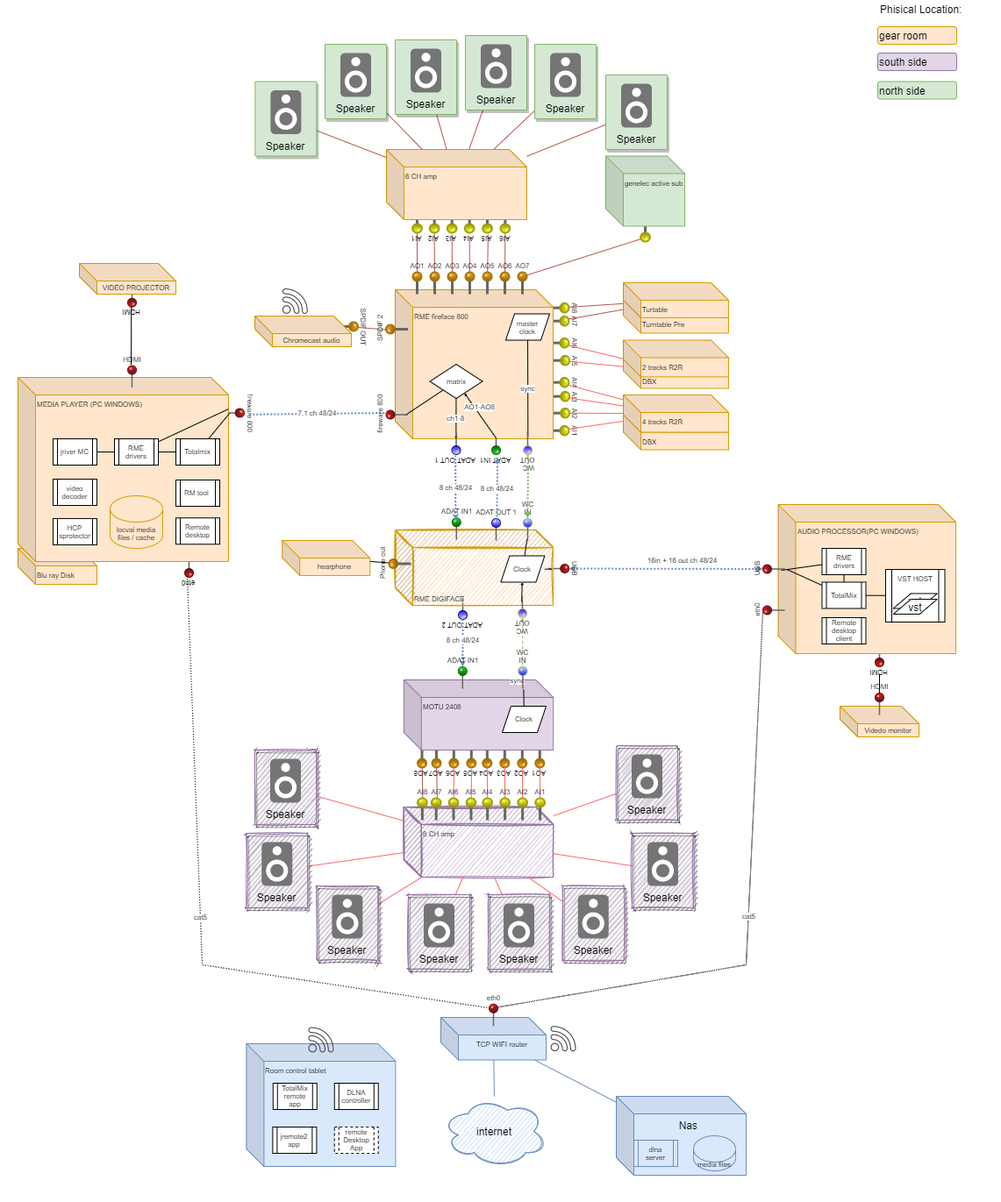
ecow/liroma keeps this draw.io diagram as images/deploy-view.png. Above is the earlier version. Source tidied: cells renumbered, new cells last; positions are measured from the earlier drawing's top-left corner, leaving out a move shared by most shapes.
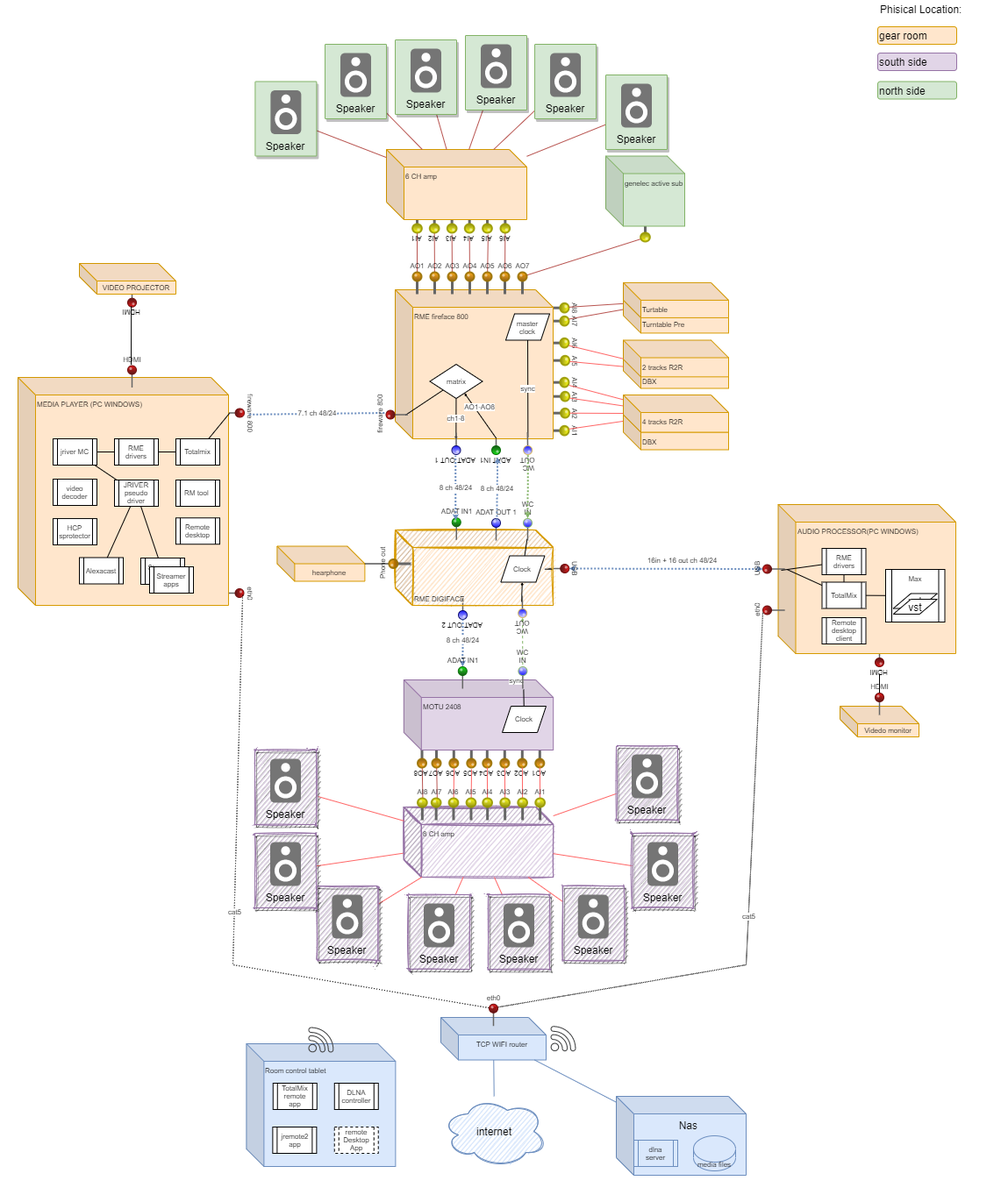
The same diagram one commit later.

What changed in the source:
```diff
@@ -11,9 +11,6 @@
     <mxCell id="4" value="AO8" style="verticalLabelPosition=top;shadow=0;dashed=0;align=center;html=1;verticalAlign=bottom;strokeWidth=1;shape=mxgraph.mockup.misc.pin;fillColor2=#ffa500;fillColor3=#885000;strokeColor=#997000;sketch=0;fontSize=8;rotation=-180;" parent="1" vertex="1">
       <mxGeometry x="475.5" y="850" width="10" height="25" as="geometry" />
     </mxCell>
-    <mxCell id="5" style="edgeStyle=none;rounded=0;sketch=0;jettySize=auto;html=1;entryX=0.4;entryY=0.26;entryDx=0;entryDy=0;entryPerimeter=0;fontSize=12;startArrow=none;startFill=0;endArrow=none;endFill=0;startSize=6;endSize=6;strokeColor=#b85450;strokeWidth=1;fillColor=#f8cecc;" parent="1" edge="1" source="211" target="209">
-      <mxGeometry relative="1" as="geometry" />
-    </mxCell>
     <mxCell id="6" value="HDMI" style="verticalLabelPosition=top;html=1;shadow=0;dashed=0;verticalAlign=bottom;strokeWidth=1;shape=mxgraph.ios.iPin;fillColor2=#dd0000;fillColor3=#440000;strokeColor=#660000;fontSize=8;rotation=-180;" parent="1" vertex="1">
       <mxGeometry x="997" y="735" width="10" height="25" as="geometry" />
     </mxCell>
@@ -41,9 +38,6 @@
     <mxCell id="14" value="fireware 800" style="verticalLabelPosition=top;html=1;shadow=0;dashed=0;verticalAlign=bottom;strokeWidth=1;shape=mxgraph.ios.iPin;fillColor2=#dd0000;fillColor3=#440000;strokeColor=#660000;rotation=90;fontSize=8;" parent="1" vertex="1">
       <mxGeometry x="260" y="457.5" width="10" height="26" as="geometry" />
     </mxCell>
-    <mxCell id="15" value="Blu ray Disk" style="shape=cube;whiteSpace=wrap;html=1;boundedLbl=1;backgroundOutline=1;darkOpacity=0.05;darkOpacity2=0.1;sketch=0;fontSize=8;align=left;verticalAlign=top;fillColor=#ffe6cc;strokeColor=#d79b00;" parent="1" vertex="1">
-      <mxGeometry x="20" y="625" width="90" height="41" as="geometry" />
-    </mxCell>
     <mxCell id="16" value="ADAT OUT 2" style="verticalLabelPosition=top;html=1;shadow=0;dashed=0;verticalAlign=bottom;strokeWidth=1;shape=mxgraph.ios.iPin;fillColor2=#ccccff;fillColor3=#0000ff;strokeColor=#000066;sketch=0;fontSize=8;rotation=-180;" parent="1" vertex="1">
       <mxGeometry x="522" y="681" width="10" height="25" as="geometry" />
     </mxCell>
@@ -86,16 +80,16 @@
     <mxCell id="29" value="AI8" style="verticalLabelPosition=top;shadow=0;dashed=0;align=center;html=1;verticalAlign=bottom;strokeWidth=1;shape=mxgraph.mockup.misc.pin;fillColor2=#ffff00;fillColor3=#888800;strokeColor=#999900;sketch=0;fontSize=8;rotation=-270;" parent="21" vertex="1">
       <mxGeometry x="7.2" y="-7.2" width="10.7" height="25" as="geometry" />
     </mxCell>
-    <mxCell id="30" value="eth0" style="verticalLabelPosition=top;html=1;shadow=0;dashed=0;verticalAlign=bottom;strokeWidth=1;shape=mxgraph.ios.iPin;fillColor2=#dd0000;fillColor3=#440000;strokeColor=#660000;rotation=-180;fontSize=8;" parent="1" vertex="1">
-      <mxGeometry x="210" y="633" width="10" height="25" as="geometry" />
+    <mxCell id="30" value="eth0" style="verticalLabelPosition=top;html=1;shadow=0;dashed=0;verticalAlign=bottom;strokeWidth=1;shape=mxgraph.ios.iPin;fillColor2=#dd0000;fillColor3=#440000;strokeColor=#660000;rotation=90;fontSize=8;" parent="1" vertex="1">
+      <mxGeometry x="260" y="663.5" width="10" height="25" as="geometry" />
     </mxCell>
     <mxCell id="31" value="MEDIA PLAYER (PC WINDOWS)" style="shape=cube;whiteSpace=wrap;html=1;boundedLbl=1;backgroundOutline=1;darkOpacity=0.05;darkOpacity2=0.1;verticalAlign=top;align=left;fontSize=8;fillColor=#ffe6cc;strokeColor=#d79b00;" parent="1" vertex="1">
-      <mxGeometry x="20" y="430" width="240" height="210" as="geometry" />
+      <mxGeometry x="20" y="430" width="240" height="260" as="geometry" />
     </mxCell>
     <mxCell id="32" value="cat5" style="rounded=0;jettySize=auto;html=1;endArrow=none;endFill=0;exitX=0.7;exitY=0.056;exitDx=0;exitDy=0;exitPerimeter=0;dashed=1;dashPattern=1 2;fontSize=8;entryX=0.5;entryY=0.21;entryDx=0;entryDy=0;entryPerimeter=0;" parent="1" edge="1" source="30" target="216">
       <mxGeometry relative="1" as="geometry">
         <Array as="points">
-          <mxPoint x="230" y="1100" />
+          <mxPoint x="265" y="1100" />
         </Array>
       </mxGeometry>
     </mxCell>
@@ -132,9 +126,6 @@
     <mxCell id="43" style="edgeStyle=none;rounded=0;jettySize=auto;html=1;fontSize=8;endArrow=none;endFill=0;" parent="1" edge="1" source="45" target="40">
       <mxGeometry relative="1" as="geometry" />
     </mxCell>
-    <mxCell id="44" style="edgeStyle=none;rounded=0;sketch=0;jettySize=auto;html=1;fontSize=8;endArrow=none;endFill=0;strokeWidth=1;entryX=0.999;entryY=0.172;entryDx=0;entryDy=0;entryPerimeter=0;" parent="1" edge="1" source="45" target="31">
-      <mxGeometry relative="1" as="geometry" />
-    </mxCell>
     <mxCell id="45" value="RME&lt;br&gt;drivers" style="shape=process;whiteSpace=wrap;html=1;backgroundOutline=1;verticalAlign=middle;fontSize=8;" parent="1" vertex="1">
       <mxGeometry x="130" y="500" width="50" height="30" as="geometry" />
     </mxCell>
@@ -516,7 +507,7 @@
       </mxGeometry>
     </mxCell>
     <mxCell id="161" value="Speaker" style="strokeColor=#9673a6;shadow=1;strokeWidth=1;rounded=1;absoluteArcSize=1;arcSize=2;labelPosition=center;verticalLabelPosition=middle;align=center;verticalAlign=bottom;spacingLeft=0;fontSize=12;whiteSpace=wrap;spacingBottom=2;sketch=1;fillColor=#e1d5e7;" parent="1" vertex="1">
-      <mxGeometry x="280.2" y="950" width="70" height="85" as="geometry" />
+      <mxGeometry x="290" y="950" width="70" height="85" as="geometry" />
     </mxCell>
     <mxCell id="162" style="sketch=0;dashed=0;html=1;fillColor=#757575;strokeColor=none;shape=mxgraph.gcp2.speaker;" parent="161" vertex="1">
       <mxGeometry x="0.5" width="35" height="50" relative="1" as="geometry">
@@ -595,9 +586,6 @@
     <mxCell id="186" value="Room control tablet" style="shape=cube;whiteSpace=wrap;html=1;boundedLbl=1;backgroundOutline=1;darkOpacity=0.05;darkOpacity2=0.1;fontSize=8;verticalAlign=top;fillColor=#dae8fc;strokeColor=#6c8ebf;sketch=0;align=left;" parent="1" vertex="1">
       <mxGeometry x="280.4" y="1190" width="170" height="140" as="geometry" />
     </mxCell>
-    <mxCell id="187" value="locval media files / cache" style="shape=cylinder3;whiteSpace=wrap;html=1;boundedLbl=1;backgroundOutline=1;size=15;verticalAlign=bottom;fontSize=8;fillColor=#ffe6cc;strokeColor=#d79b00;" parent="1" vertex="1">
-      <mxGeometry x="125" y="565" width="60" height="60" as="geometry" />
-    </mxCell>
     <mxCell id="188" value="gear room" style="rounded=1;whiteSpace=wrap;html=1;sketch=0;fontSize=12;align=left;verticalAlign=middle;fillColor=#ffe6cc;strokeColor=#d79b00;" parent="1" vertex="1">
       <mxGeometry x="1000" y="30" width="90" height="20" as="geometry" />
     </mxCell>
@@ -628,7 +616,7 @@
     <mxCell id="197" value="eth0" style="verticalLabelPosition=top;html=1;shadow=0;dashed=0;verticalAlign=bottom;strokeWidth=1;shape=mxgraph.ios.iPin;fillColor2=#dd0000;fillColor3=#440000;strokeColor=#660000;rotation=-90;fontSize=8;" parent="1" vertex="1">
       <mxGeometry x="876.5" y="683" width="10" height="25" as="geometry" />
     </mxCell>
-    <mxCell id="198" value="VST HOST" style="shape=process;whiteSpace=wrap;html=1;backgroundOutline=1;verticalAlign=top;fontSize=8;" parent="1" vertex="1">
+    <mxCell id="198" value="Max" style="shape=process;whiteSpace=wrap;html=1;backgroundOutline=1;verticalAlign=top;fontSize=8;" parent="1" vertex="1">
       <mxGeometry x="1009" y="649" width="67.5" height="60" as="geometry" />
     </mxCell>
     <mxCell id="199" style="edgeStyle=none;rounded=0;sketch=0;jettySize=auto;html=1;fontSize=8;endArrow=none;endFill=0;strokeWidth=1;" parent="1" edge="1" source="201">
@@ -663,21 +651,6 @@
     <mxCell id="208" value="RM tool&amp;nbsp;" style="shape=process;whiteSpace=wrap;html=1;backgroundOutline=1;verticalAlign=middle;fontSize=8;" parent="1" vertex="1">
       <mxGeometry x="200" y="547" width="50" height="30" as="geometry" />
     </mxCell>
-    <mxCell id="209" value="SPDIF 2" style="verticalLabelPosition=top;shadow=0;dashed=0;align=center;html=1;verticalAlign=bottom;strokeWidth=1;shape=mxgraph.mockup.misc.pin;fillColor2=#ffa500;fillColor3=#885000;strokeColor=#997000;sketch=0;fontSize=8;rotation=-90;" parent="1" vertex="1">
-      <mxGeometry x="447" y="362.5" width="10" height="25" as="geometry" />
-    </mxCell>
-    <mxCell id="210" style="group;" parent="1" vertex="1">
-      <mxGeometry x="290" y="360" width="117.5" height="35" as="geometry" />
-    </mxCell>
-    <mxCell id="211" value="SPDIF OUT" style="verticalLabelPosition=top;shadow=0;dashed=0;align=center;html=1;verticalAlign=bottom;strokeWidth=1;shape=mxgraph.mockup.misc.pin;fillColor2=#ffa500;fillColor3=#885000;strokeColor=#997000;sketch=0;fontSize=8;rotation=90;" parent="210" vertex="1">
-      <mxGeometry x="100" y="-0.6" width="10" height="25" as="geometry" />
-    </mxCell>
-    <mxCell id="212" value="Chromecast audio" style="shape=cube;whiteSpace=wrap;html=1;boundedLbl=1;backgroundOutline=1;darkOpacity=0.05;darkOpacity2=0.1;fontSize=8;verticalAlign=middle;fillColor=#ffe6cc;strokeColor=#d79b00;" parent="210" vertex="1">
-      <mxGeometry width="110" height="35" as="geometry" />
-    </mxCell>
-    <mxCell id="213" style="sketch=0;shadow=0;dashed=0;html=1;strokeColor=none;fillColor=#434445;labelPosition=center;verticalLabelPosition=bottom;verticalAlign=top;align=center;shape=mxgraph.vvd.wi_fi;fontSize=12;" parent="1" vertex="1">
-      <mxGeometry x="321.2" y="328.5" width="29" height="29" as="geometry" />
-    </mxCell>
     <mxCell id="214" style="sketch=0;shadow=0;dashed=0;html=1;strokeColor=none;fillColor=#434445;labelPosition=center;verticalLabelPosition=bottom;verticalAlign=top;align=center;shape=mxgraph.vvd.wi_fi;fontSize=12;" parent="1" vertex="1">
       <mxGeometry x="627" y="1169.8" width="29" height="29" as="geometry" />
     </mxCell>
@@ -697,7 +670,7 @@
       <mxGeometry x="475.5" y="910" width="10.7" height="25" as="geometry" />
     </mxCell>
     <mxCell id="220" value="hearphone" style="shape=cube;whiteSpace=wrap;html=1;boundedLbl=1;backgroundOutline=1;darkOpacity=0.05;darkOpacity2=0.1;fontSize=8;verticalAlign=middle;fillColor=#ffe6cc;strokeColor=#d79b00;" parent="1" vertex="1">
-      <mxGeometry x="321.2" y="616" width="100" height="40" as="geometry" />
+      <mxGeometry x="315.4" y="622.5" width="100" height="40" as="geometry" />
     </mxCell>
     <mxCell id="221" style="edgeStyle=none;rounded=0;sketch=0;jettySize=auto;html=1;fontSize=8;startArrow=none;startFill=0;endArrow=none;endFill=0;startSize=6;endSize=6;strokeColor=#000000;strokeWidth=1;" parent="1" edge="1" source="222" target="220">
       <mxGeometry relative="1" as="geometry" />
@@ -711,5 +684,26 @@
     <mxCell id="224" value="Remote desktop client" style="shape=process;whiteSpace=wrap;html=1;backgroundOutline=1;verticalAlign=middle;fontSize=8;" parent="1" vertex="1">
       <mxGeometry x="936.5" y="704" width="50" height="30" as="geometry" />
     </mxCell>
+    <mxCell id="225" style="rounded=0;jettySize=auto;html=1;endArrow=none;endFill=0;" parent="1" edge="1" source="226" target="40">
+      <mxGeometry relative="1" as="geometry" />
+    </mxCell>
+    <mxCell id="226" value="JRIVER&lt;br&gt;pseudo driver" style="shape=process;whiteSpace=wrap;html=1;backgroundOutline=1;verticalAlign=middle;fontSize=8;" parent="1" vertex="1">
+      <mxGeometry x="130" y="547" width="50" height="30" as="geometry" />
+    </mxCell>
+    <mxCell id="227" style="edgeStyle=none;rounded=0;jettySize=auto;html=1;endArrow=none;endFill=0;" parent="1" edge="1" source="228" target="226">
+      <mxGeometry relative="1" as="geometry" />
+    </mxCell>
+    <mxCell id="228" value="Alexacast" style="shape=process;whiteSpace=wrap;html=1;backgroundOutline=1;verticalAlign=middle;fontSize=8;" parent="1" vertex="1">
+      <mxGeometry x="90" y="635.5" width="50" height="30" as="geometry" />
+    </mxCell>
+    <mxCell id="229" style="edgeStyle=none;rounded=0;jettySize=auto;html=1;endArrow=none;endFill=0;" parent="1" edge="1" source="230" target="226">
+      <mxGeometry relative="1" as="geometry" />
+    </mxCell>
+    <mxCell id="230" value="Streamer apps" style="shape=process;whiteSpace=wrap;html=1;backgroundOutline=1;verticalAlign=middle;fontSize=8;" parent="1" vertex="1">
+      <mxGeometry x="160" y="636" width="50" height="30" as="geometry" />
+    </mxCell>
+    <mxCell id="231" value="Streamer apps" style="shape=process;whiteSpace=wrap;html=1;backgroundOutline=1;verticalAlign=middle;fontSize=8;" parent="1" vertex="1">
+      <mxGeometry x="170" y="646" width="50" height="30" as="geometry" />
+    </mxCell>
   </root>
 </mxGraphModel>
```
